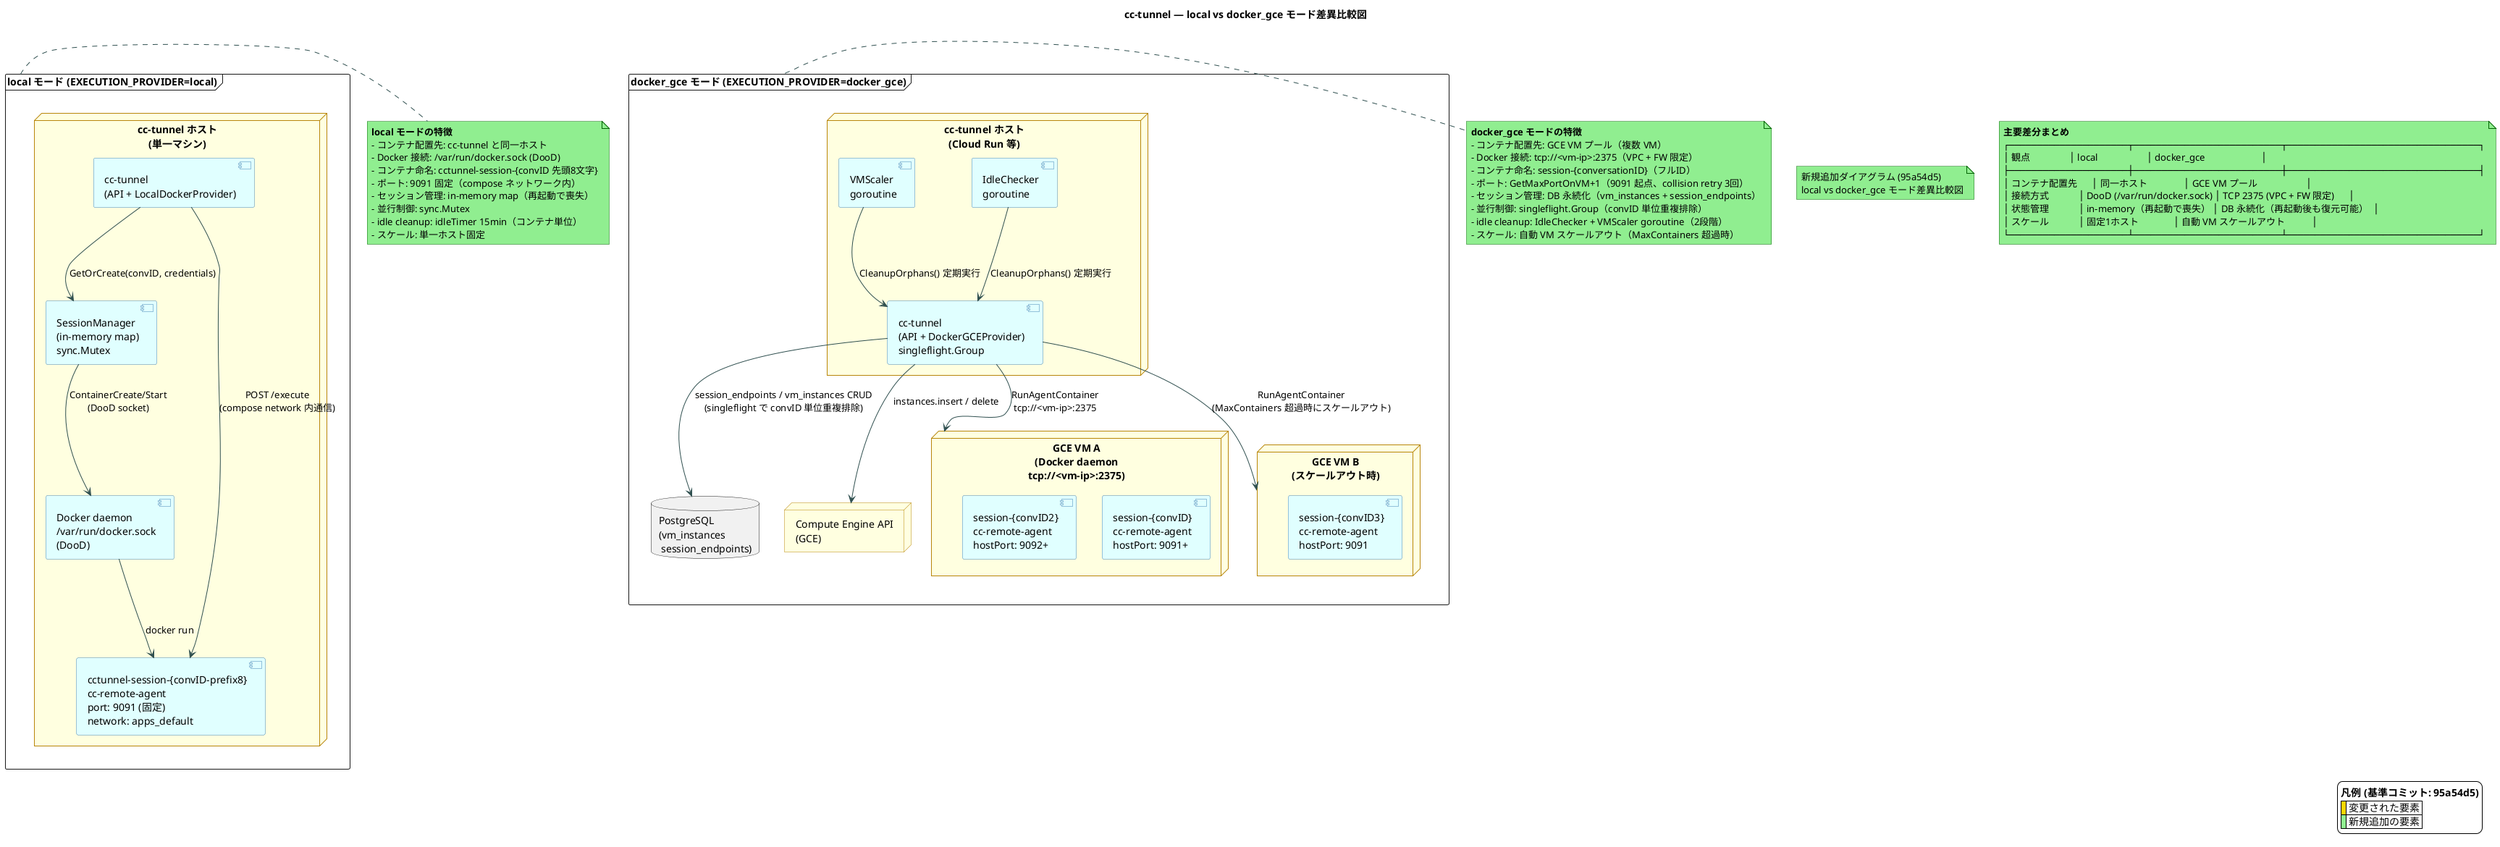
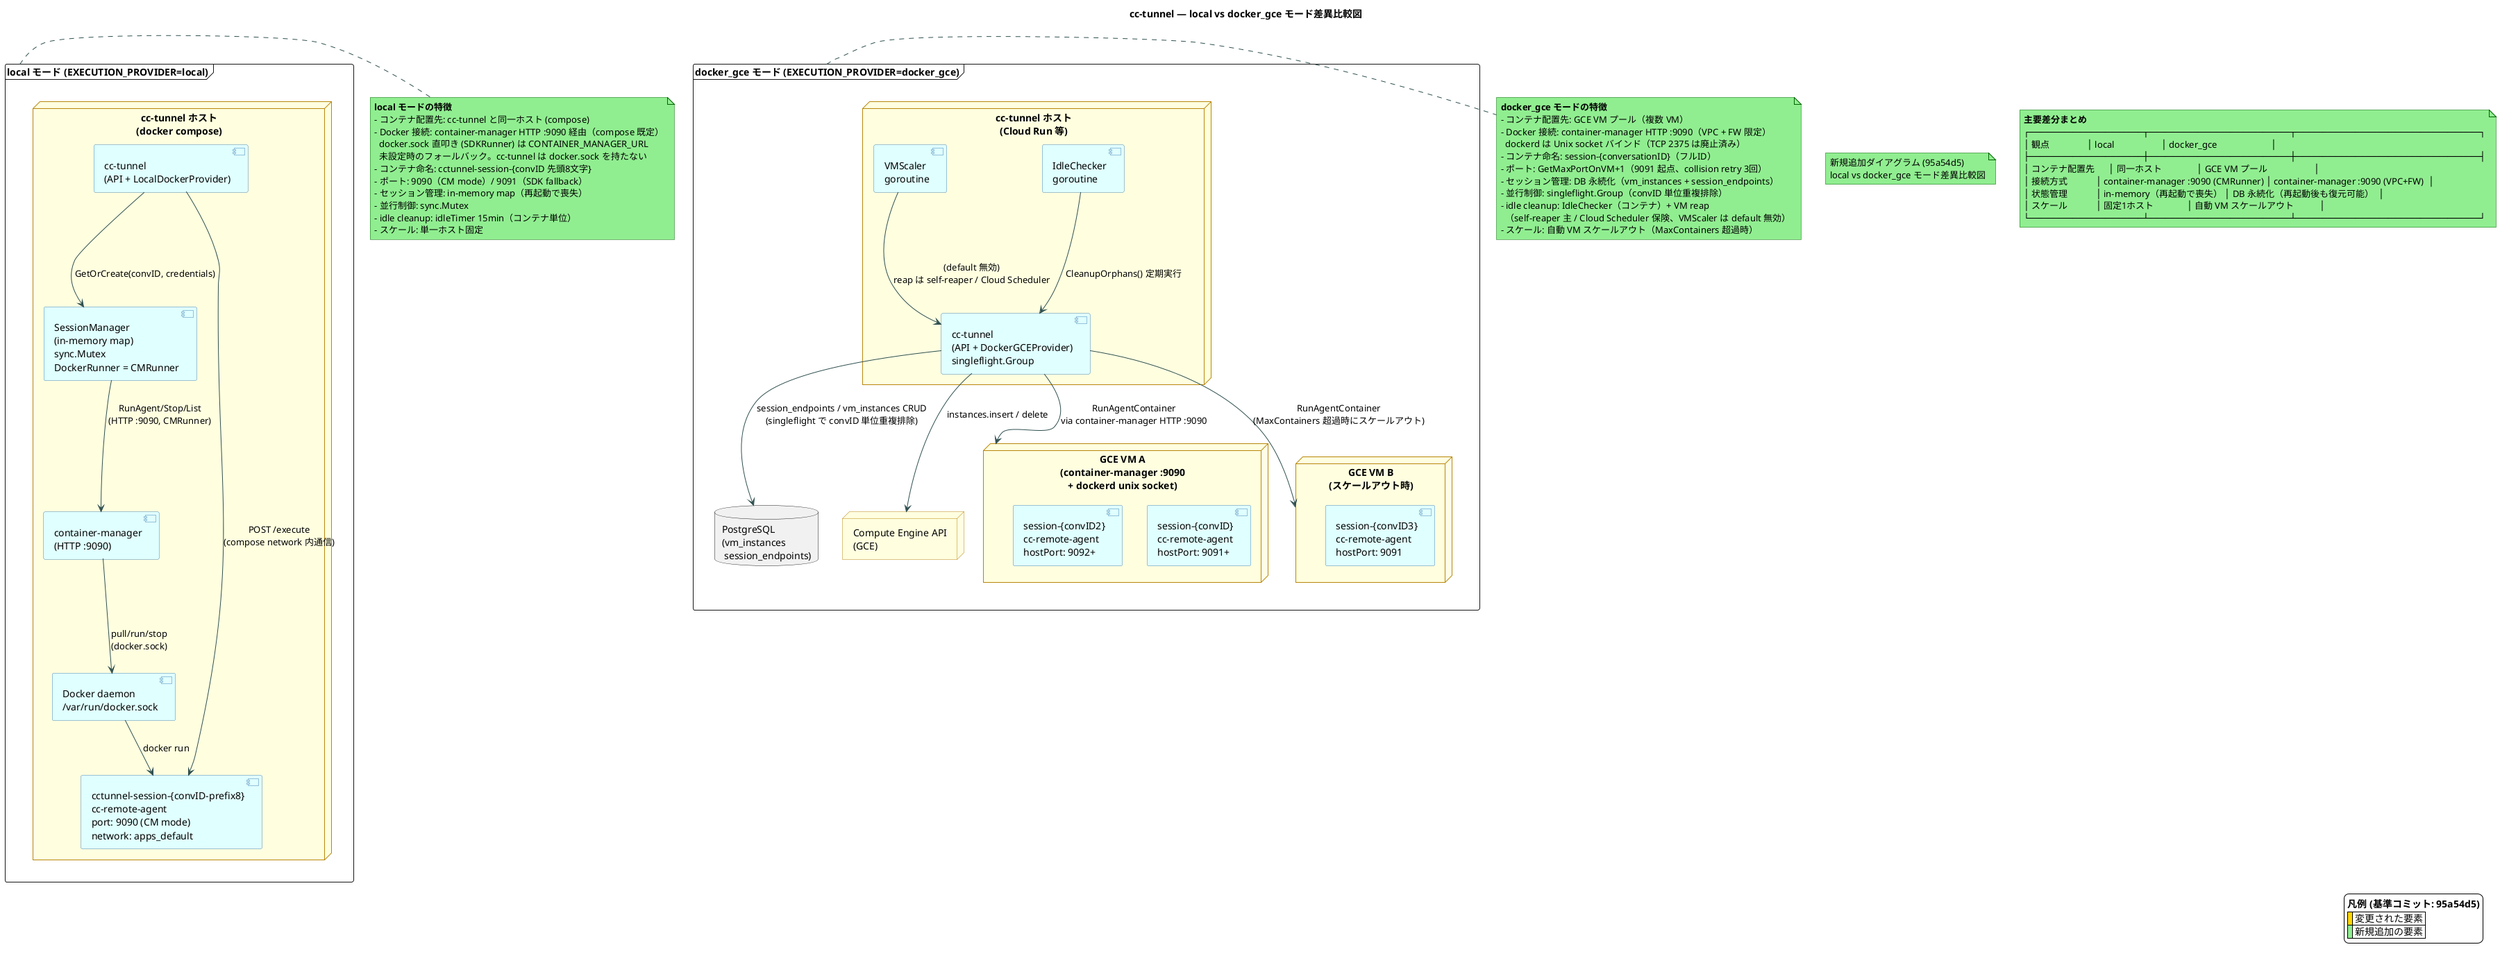
@startuml local_vs_docker_gce_comparison
title cc-tunnel — local vs docker_gce モード差異比較図

skinparam {
  BackgroundColor White
  NodeBackgroundColor LightYellow
  NodeBorderColor DarkGoldenRod
  ComponentBackgroundColor LightCyan
  ComponentBorderColor SteelBlue
  NoteBackgroundColor LightGreen
  NoteBorderColor DarkGreen
  ArrowColor DarkSlateGray
}

note as new_diagram_note #90EE90
  新規追加ダイアグラム (95a54d5)
  local vs docker_gce モード差異比較図
end note

' ============================================================
' 上段: local モード
' ============================================================

frame "local モード (EXECUTION_PROVIDER=local)" as local_frame {

-   node "cc-tunnel ホスト\n(単一マシン)" as local_host {
+   node "cc-tunnel ホスト\n(docker compose)" as local_host {
    component "cc-tunnel\n(API + LocalDockerProvider)" as local_api
-     component "SessionManager\n(in-memory map)\nsync.Mutex" as local_sm
-     component "Docker daemon\n/var/run/docker.sock\n(DooD)" as local_docker
+     component "SessionManager\n(in-memory map)\nsync.Mutex\nDockerRunner = CMRunner" as local_sm
+     component "container-manager\n(HTTP :9090)" as local_cm
+     component "Docker daemon\n/var/run/docker.sock" as local_docker

-     component "cctunnel-session-{convID-prefix8}\ncc-remote-agent\nport: 9091 (固定)\nnetwork: apps_default" as local_container
+     component "cctunnel-session-{convID-prefix8}\ncc-remote-agent\nport: 9090 (CM mode)\nnetwork: apps_default" as local_container
  }

  local_api --> local_sm : GetOrCreate(convID, credentials)
-   local_sm --> local_docker : ContainerCreate/Start\n(DooD socket)
+   local_sm --> local_cm : RunAgent/Stop/List\n(HTTP :9090, CMRunner)
+   local_cm --> local_docker : pull/run/stop\n(docker.sock)
  local_docker --> local_container : docker run
  local_api --> local_container : POST /execute\n(compose network 内通信)
}

note right of local_frame
  **local モードの特徴**
-   - コンテナ配置先: cc-tunnel と同一ホスト
-   - Docker 接続: /var/run/docker.sock (DooD)
+   - コンテナ配置先: cc-tunnel と同一ホスト (compose)
+   - Docker 接続: container-manager HTTP :9090 経由（compose 既定）
+     docker.sock 直叩き (SDKRunner) は CONTAINER_MANAGER_URL
+     未設定時のフォールバック。cc-tunnel は docker.sock を持たない
  - コンテナ命名: cctunnel-session-{convID 先頭8文字}
-   - ポート: 9091 固定（compose ネットワーク内）
+   - ポート: 9090（CM mode）/ 9091（SDK fallback）
  - セッション管理: in-memory map（再起動で喪失）
  - 並行制御: sync.Mutex
  - idle cleanup: idleTimer 15min（コンテナ単位）
  - スケール: 単一ホスト固定
end note

' ============================================================
' 下段: docker_gce モード
' ============================================================

frame "docker_gce モード (EXECUTION_PROVIDER=docker_gce)" as gce_frame {

  node "cc-tunnel ホスト\n(Cloud Run 等)" as gce_api_host {
    component "cc-tunnel\n(API + DockerGCEProvider)\nsingleflight.Group" as gce_api
    component "IdleChecker\ngoroutine" as idle_checker
    component "VMScaler\ngoroutine" as vmscaler
  }

  database "PostgreSQL\n(vm_instances\n session_endpoints)" as gce_db

-   node "GCE VM A\n(Docker daemon\ntcp://<vm-ip>:2375)" as gce_vma {
+   node "GCE VM A\n(container-manager :9090\n+ dockerd unix socket)" as gce_vma {
    component "session-{convID}\ncc-remote-agent\nhostPort: 9091+" as gce_ca1
    component "session-{convID2}\ncc-remote-agent\nhostPort: 9092+" as gce_ca2
  }

  node "GCE VM B\n(スケールアウト時)" as gce_vmb {
    component "session-{convID3}\ncc-remote-agent\nhostPort: 9091" as gce_ca3
  }

  node "Compute Engine API\n(GCE)" as compute_api

  gce_api --> gce_db : session_endpoints / vm_instances CRUD\n(singleflight で convID 単位重複排除)
-   gce_api --> gce_vma : RunAgentContainer\ntcp://<vm-ip>:2375
+   gce_api --> gce_vma : RunAgentContainer\nvia container-manager HTTP :9090
  gce_api --> gce_vmb : RunAgentContainer\n(MaxContainers 超過時にスケールアウト)
  gce_api --> compute_api : instances.insert / delete
  idle_checker --> gce_api : CleanupOrphans() 定期実行
-   vmscaler --> gce_api : CleanupOrphans() 定期実行
+   vmscaler --> gce_api : (default 無効)\nreap は self-reaper / Cloud Scheduler
}

note right of gce_frame
  **docker_gce モードの特徴**
  - コンテナ配置先: GCE VM プール（複数 VM）
-   - Docker 接続: tcp://<vm-ip>:2375（VPC + FW 限定）
+   - Docker 接続: container-manager HTTP :9090（VPC + FW 限定）
+     dockerd は Unix socket バインド（TCP 2375 は廃止済み）
  - コンテナ命名: session-{conversationID}（フルID）
  - ポート: GetMaxPortOnVM+1（9091 起点、collision retry 3回）
  - セッション管理: DB 永続化（vm_instances + session_endpoints）
  - 並行制御: singleflight.Group（convID 単位重複排除）
-   - idle cleanup: IdleChecker + VMScaler goroutine（2段階）
+   - idle cleanup: IdleChecker（コンテナ）+ VM reap
+     （self-reaper 主 / Cloud Scheduler 保険、VMScaler は default 無効）
  - スケール: 自動 VM スケールアウト（MaxContainers 超過時）
end note

' ============================================================
' 差分強調吹き出し
' ============================================================

note as diff_note
  **主要差分まとめ**
  ┌─────────────────────┬──────────────────────────┬──────────────────────────────────┐
  │ 観点                │ local                    │ docker_gce                       │
  ├─────────────────────┼──────────────────────────┼──────────────────────────────────┤
  │ コンテナ配置先      │ 同一ホスト               │ GCE VM プール                    │
-   │ 接続方式            │ DooD (/var/run/docker.sock) │ TCP 2375 (VPC + FW 限定)      │
+   │ 接続方式            │ container-manager :9090 (CMRunner) │ container-manager :9090 (VPC+FW)  │
  │ 状態管理            │ in-memory（再起動で喪失） │ DB 永続化（再起動後も復元可能）  │
  │ スケール            │ 固定1ホスト              │ 自動 VM スケールアウト           │
  └─────────────────────┴──────────────────────────┴──────────────────────────────────┘
end note

legend right
  **凡例 (基準コミット: 95a54d5)**
  |<#FFD700>  | 変更された要素 |
  |<#90EE90>  | 新規追加の要素 |
endlegend

@enduml
